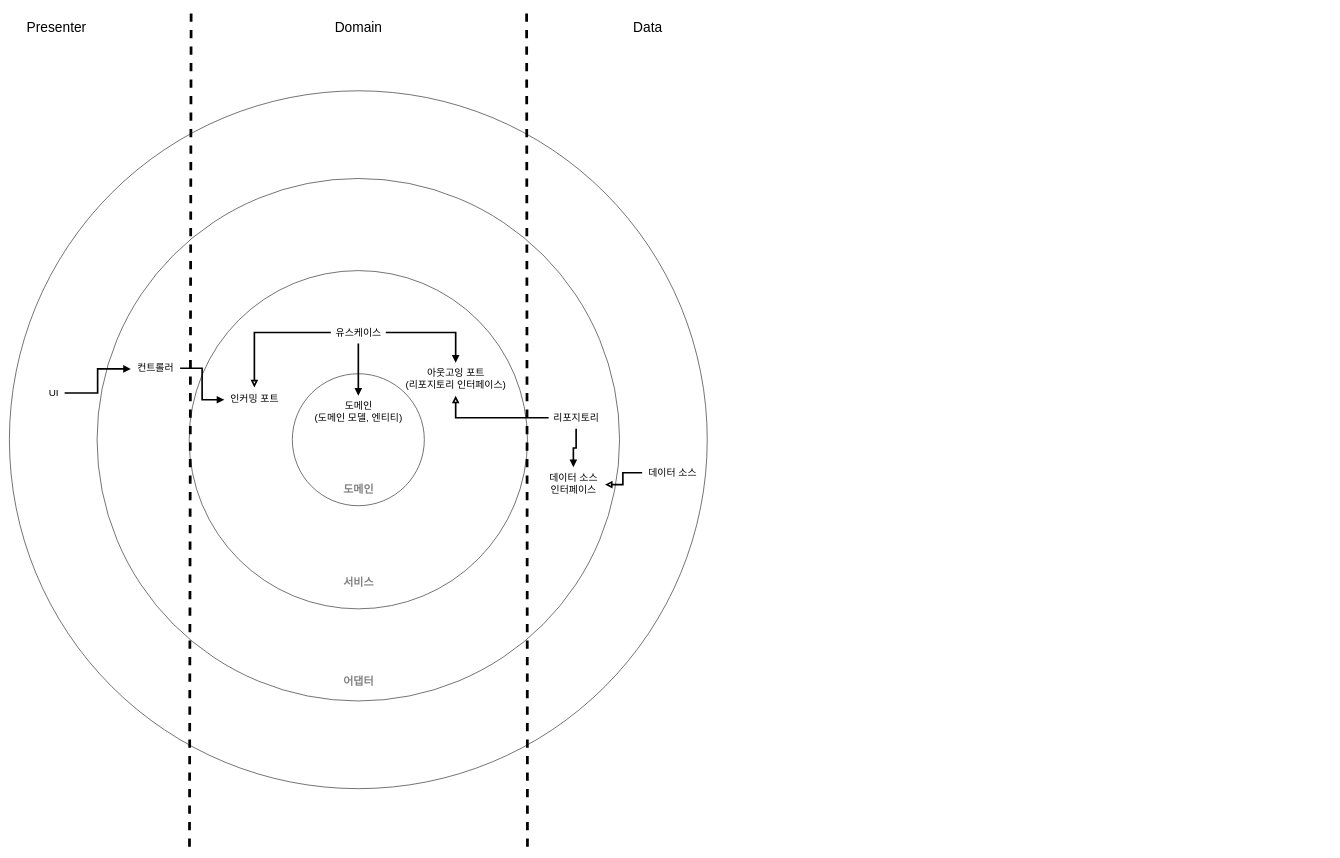
Above: page "종속성 관계도" (7 of 8) of architecture/HexagonalArchitecture.drawio.xml in duchangkim/draw.io (draw.io), before the change. Source tidied: cells renumbered, new cells numbered last; positions are measured from the earlier drawing's top-left corner, leaving out a move shared by most shapes. Both pictures are drawn from the tidied source at 55%, with x=0, y=0 at pixel (9, 10).
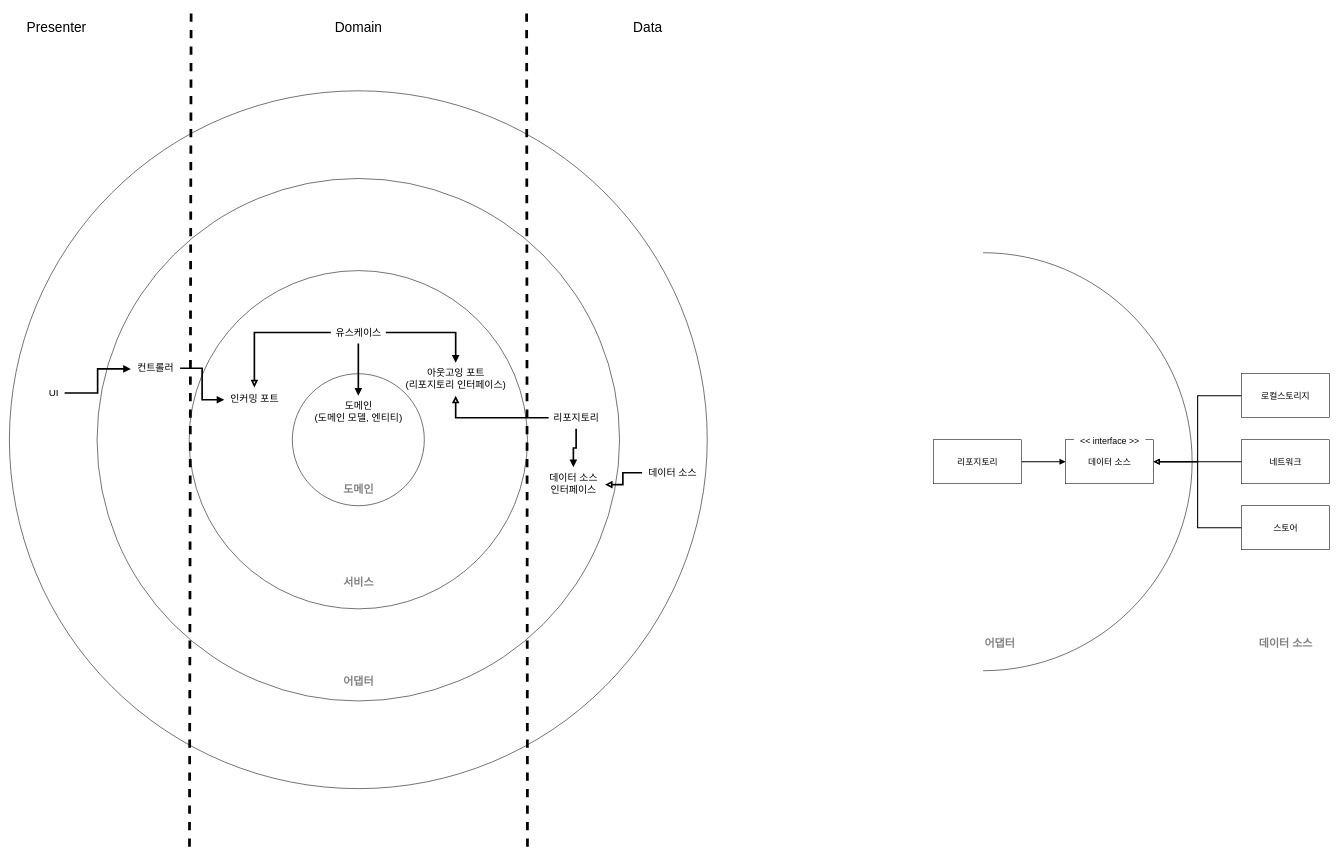
The same diagram, later.

What changed in the source:
```diff
@@
+    <mxCell id="31" style="verticalLabelPosition=bottom;verticalAlign=top;html=1;shape=mxgraph.basic.arc;startAngle=0.5;endAngle=0;fontSize=16;fillColor=default;rotation=-180;" parent="1" vertex="1">
+      <mxGeometry x="1390" y="440" width="760" height="760" as="geometry" />
+    </mxCell>
@@
+    <mxCell id="32" style="edgeStyle=orthogonalEdgeStyle;rounded=0;jettySize=auto;html=1;fontSize=16;endArrow=block;endFill=1;strokeWidth=2;" parent="1" edge="1" source="33">
+      <mxGeometry relative="1" as="geometry">
+        <mxPoint x="1920" y="820" as="targetPoint" />
+      </mxGeometry>
+    </mxCell>
+    <mxCell id="33" value="리포지토리" style="rounded=0;whiteSpace=wrap;html=1;fontSize=16;" parent="1" vertex="1">
+      <mxGeometry x="1680" y="780" width="160" height="80" as="geometry" />
+    </mxCell>
+    <mxCell id="34" style="group;" parent="1" vertex="1">
+      <mxGeometry x="1920" y="767" width="160" height="93" as="geometry" />
+    </mxCell>
+    <mxCell id="35" value="데이터 소스" style="rounded=0;whiteSpace=wrap;html=1;fontSize=16;" parent="34" vertex="1">
+      <mxGeometry y="13" width="160" height="80" as="geometry" />
+    </mxCell>
+    <mxCell id="36" value="&amp;lt;&amp;lt; interface &amp;gt;&amp;gt;" style="text;html=1;align=center;verticalAlign=middle;strokeColor=none;fillColor=default;fontSize=16;" parent="34" vertex="1">
+      <mxGeometry x="15" width="130" height="30" as="geometry" />
+    </mxCell>
+    <mxCell id="37" style="edgeStyle=orthogonalEdgeStyle;rounded=0;jettySize=auto;html=1;entryX=1;entryY=0.5;entryDx=0;entryDy=0;fontSize=16;endArrow=block;endFill=0;strokeWidth=2;" parent="1" edge="1" source="38" target="35">
+      <mxGeometry relative="1" as="geometry" />
+    </mxCell>
+    <mxCell id="38" value="로컬스토리지" style="rounded=0;whiteSpace=wrap;html=1;fontSize=16;" parent="1" vertex="1">
+      <mxGeometry x="2240" y="660" width="160" height="80" as="geometry" />
+    </mxCell>
+    <mxCell id="39" style="edgeStyle=orthogonalEdgeStyle;rounded=0;jettySize=auto;html=1;fontSize=16;endArrow=block;endFill=0;strokeWidth=2;" parent="1" edge="1" source="40">
+      <mxGeometry relative="1" as="geometry">
+        <mxPoint x="2080" y="820" as="targetPoint" />
+      </mxGeometry>
+    </mxCell>
+    <mxCell id="40" value="네트워크" style="rounded=0;whiteSpace=wrap;html=1;fontSize=16;" parent="1" vertex="1">
+      <mxGeometry x="2240" y="780" width="160" height="80" as="geometry" />
+    </mxCell>
+    <mxCell id="41" style="edgeStyle=orthogonalEdgeStyle;rounded=0;jettySize=auto;html=1;entryX=1;entryY=0.5;entryDx=0;entryDy=0;fontSize=16;endArrow=block;endFill=0;strokeWidth=2;" parent="1" edge="1" source="42" target="35">
+      <mxGeometry relative="1" as="geometry" />
+    </mxCell>
+    <mxCell id="42" value="스토어" style="rounded=0;whiteSpace=wrap;html=1;fontSize=16;" parent="1" vertex="1">
+      <mxGeometry x="2240" y="900" width="160" height="80" as="geometry" />
+    </mxCell>
+    <mxCell id="43" value="&lt;font style=&quot;font-size: 20px;&quot;&gt;&lt;b&gt;어댑터&lt;/b&gt;&lt;/font&gt;" style="text;html=1;align=center;verticalAlign=middle;strokeColor=none;fillColor=none;fontSize=19;fontColor=#808080;" parent="1" vertex="1">
+      <mxGeometry x="1760" y="1130" width="80" height="40" as="geometry" />
+    </mxCell>
+    <mxCell id="44" value="&lt;font style=&quot;font-size: 20px;&quot;&gt;&lt;b&gt;데이터 소스&lt;/b&gt;&lt;/font&gt;" style="text;html=1;align=center;verticalAlign=middle;strokeColor=none;fillColor=none;fontSize=19;fontColor=#808080;" parent="1" vertex="1">
+      <mxGeometry x="2260" y="1130" width="120" height="40" as="geometry" />
+    </mxCell>
```
